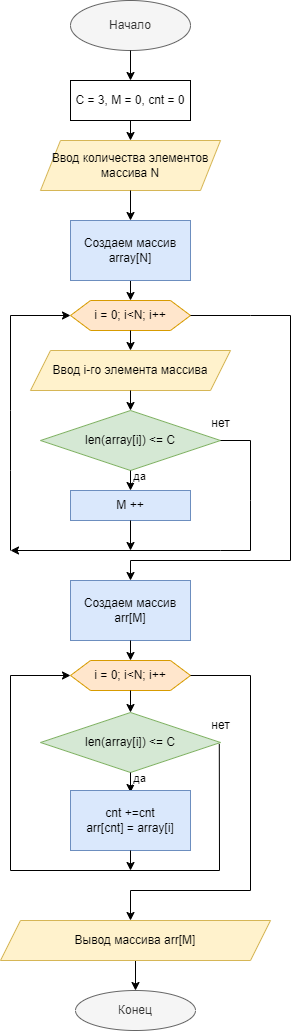
Above: Блок-схема алгоритма.png in YuliyaKaz/kr_osn_block (draw.io), before the change. Source tidied: cells renumbered, new cells last; positions are measured from the earlier drawing's top-left corner, leaving out a move shared by most shapes.
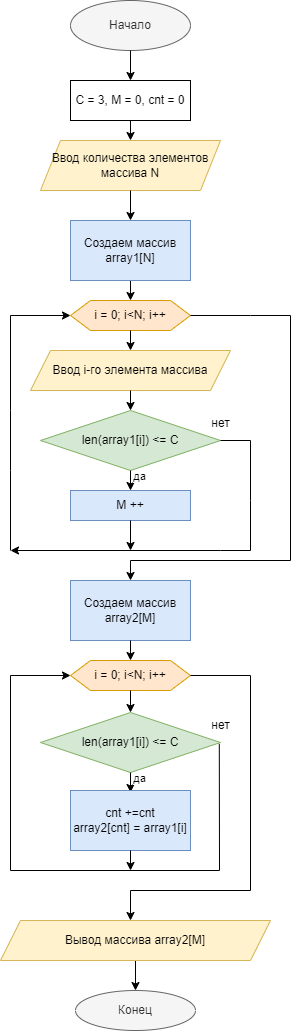
Later version of the same file.

Commit message:
Изменена блок-схема алгоритма

Diff of the diagram source:
```diff
@@ -48,7 +48,7 @@
         </Array>
       </mxGeometry>
     </mxCell>
-    <mxCell id="11" value="len(array[i]) &amp;lt;= C" style="rhombus;whiteSpace=wrap;html=1;fillColor=#d5e8d4;strokeColor=#82b366;" parent="1" vertex="1">
+    <mxCell id="11" value="len(array1[i]) &amp;lt;= C" style="rhombus;whiteSpace=wrap;html=1;fillColor=#d5e8d4;strokeColor=#82b366;" parent="1" vertex="1">
       <mxGeometry x="40" y="410" width="180" height="60" as="geometry" />
     </mxCell>
     <mxCell id="12" style="endArrow=classic;html=1;rounded=0;exitX=0.5;exitY=1;exitDx=0;exitDy=0;" parent="1" edge="1" source="6" target="11">
@@ -63,7 +63,7 @@
     <mxCell id="15" style="endArrow=classic;html=1;rounded=0;exitX=0.5;exitY=1;exitDx=0;exitDy=0;entryX=0.5;entryY=0;entryDx=0;entryDy=0;" parent="1" edge="1" source="3" target="16">
       <mxGeometry relative="1" as="geometry" />
     </mxCell>
-    <mxCell id="16" value="Создаем массив&lt;br&gt;array[N]" style="rounded=0;whiteSpace=wrap;html=1;fillColor=#dae8fc;strokeColor=#6c8ebf;" parent="1" vertex="1">
+    <mxCell id="16" value="Создаем массив&lt;br&gt;array1[N]" style="rounded=0;whiteSpace=wrap;html=1;fillColor=#dae8fc;strokeColor=#6c8ebf;" parent="1" vertex="1">
       <mxGeometry x="70" y="220" width="120" height="60" as="geometry" />
     </mxCell>
     <mxCell id="17" value="M ++" style="rounded=0;whiteSpace=wrap;html=1;fillColor=#dae8fc;strokeColor=#6c8ebf;" parent="1" vertex="1">
@@ -95,7 +95,7 @@
     <mxCell id="22" value="нет" style="text;html=1;align=center;verticalAlign=middle;strokeColor=none;fillColor=none;" parent="1" vertex="1">
       <mxGeometry x="200" y="408" width="40" height="30" as="geometry" />
     </mxCell>
-    <mxCell id="23" value="Создаем массив arr[M]" style="rounded=0;whiteSpace=wrap;html=1;fillColor=#dae8fc;strokeColor=#6c8ebf;" parent="1" vertex="1">
+    <mxCell id="23" value="Создаем массив array2[M]" style="rounded=0;whiteSpace=wrap;html=1;fillColor=#dae8fc;strokeColor=#6c8ebf;" parent="1" vertex="1">
       <mxGeometry x="70" y="580" width="120" height="60" as="geometry" />
     </mxCell>
     <mxCell id="24" value="i = 0; i&amp;lt;N; i++" style="shape=hexagon;perimeter=hexagonPerimeter2;whiteSpace=wrap;html=1;fixedSize=1;fillColor=#ffe6cc;strokeColor=#d79b00;" parent="1" vertex="1">
@@ -106,7 +106,7 @@
         <mxPoint x="130" y="640" as="sourcePoint" />
       </mxGeometry>
     </mxCell>
-    <mxCell id="26" value="len(array[i]) &amp;lt;= C" style="rhombus;whiteSpace=wrap;html=1;fillColor=#d5e8d4;strokeColor=#82b366;" parent="1" vertex="1">
+    <mxCell id="26" value="len(array1[i]) &amp;lt;= C" style="rhombus;whiteSpace=wrap;html=1;fillColor=#d5e8d4;strokeColor=#82b366;" parent="1" vertex="1">
       <mxGeometry x="40" y="712" width="180" height="60" as="geometry" />
     </mxCell>
     <mxCell id="27" style="endArrow=classic;html=1;rounded=0;exitX=0.5;exitY=1;exitDx=0;exitDy=0;entryX=0.5;entryY=0;entryDx=0;entryDy=0;" parent="1" edge="1" source="26">
@@ -123,7 +123,7 @@
     <mxCell id="30" style="endArrow=classic;html=1;rounded=0;exitX=0.5;exitY=1;exitDx=0;exitDy=0;entryX=0.5;entryY=0;entryDx=0;entryDy=0;" parent="1" edge="1" source="24" target="26">
       <mxGeometry relative="1" as="geometry" />
     </mxCell>
-    <mxCell id="31" value="cnt +=cnt&lt;br&gt;arr[cnt] = array[i]" style="rounded=0;whiteSpace=wrap;html=1;fillColor=#dae8fc;strokeColor=#6c8ebf;" parent="1" vertex="1">
+    <mxCell id="31" value="cnt +=cnt&lt;br&gt;array2[cnt] = array1[i]" style="rounded=0;whiteSpace=wrap;html=1;fillColor=#dae8fc;strokeColor=#6c8ebf;" parent="1" vertex="1">
       <mxGeometry x="70" y="790" width="120" height="60" as="geometry" />
     </mxCell>
     <mxCell id="32" style="endArrow=classic;html=1;rounded=0;exitX=0.47;exitY=1.113;exitDx=0;exitDy=0;exitPerimeter=0;entryX=0;entryY=0.5;entryDx=0;entryDy=0;" parent="1" edge="1" source="29" target="24">
@@ -153,7 +153,7 @@
     <mxCell id="35" style="edgeStyle=orthogonalEdgeStyle;rounded=0;jettySize=auto;html=1;" parent="1" edge="1" source="36" target="37">
       <mxGeometry relative="1" as="geometry" />
     </mxCell>
-    <mxCell id="36" value="Вывод массива arr[M]" style="shape=parallelogram;perimeter=parallelogramPerimeter;whiteSpace=wrap;html=1;fixedSize=1;fillColor=#fff2cc;strokeColor=#d6b656;" parent="1" vertex="1">
+    <mxCell id="36" value="Вывод массива array2[M]" style="shape=parallelogram;perimeter=parallelogramPerimeter;whiteSpace=wrap;html=1;fixedSize=1;fillColor=#fff2cc;strokeColor=#d6b656;" parent="1" vertex="1">
       <mxGeometry y="920" width="270" height="40" as="geometry" />
     </mxCell>
     <mxCell id="37" value="Конец" style="ellipse;whiteSpace=wrap;html=1;fillColor=#f5f5f5;fontColor=#333333;strokeColor=#666666;" parent="1" vertex="1">
```
